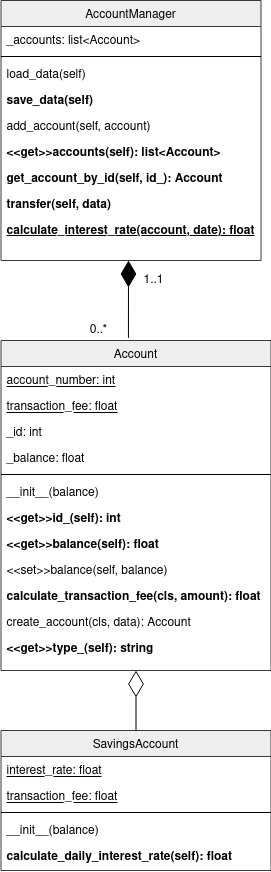
This is htdocs/img/oopython/kmom02/bank_uml_1.png from sonnerberg/website, a draw.io export, as it was before one commit. Source tidied: cells renumbered, new cells last; positions are measured from the earlier drawing's top-left corner, leaving out a move shared by most shapes. Its diagram source:
```xml
<mxGraphModel>
  <root>
    <mxCell id="0" />
    <mxCell id="1" parent="0" />
    <mxCell id="2" value="AccountManager" style="swimlane;fontStyle=0;align=center;verticalAlign=top;horizontal=1;startSize=26;rounded=0;shadow=0;strokeWidth=1;fillColor=#eeeeee;strokeColor=#36393d;" parent="1" vertex="1">
      <mxGeometry x="-0.5" width="260" height="260" as="geometry" />
    </mxCell>
    <mxCell id="3" value="_accounts: list&lt;Account&gt;" style="text;align=left;verticalAlign=top;spacingLeft=4;spacingRight=4;overflow=hidden;" parent="2" vertex="1">
      <mxGeometry y="26" width="260" height="26" as="geometry" />
    </mxCell>
    <mxCell id="4" style="line;html=1;strokeWidth=1;align=left;verticalAlign=middle;spacingTop=-1;spacingLeft=3;spacingRight=3;labelPosition=right;" parent="2" vertex="1">
      <mxGeometry y="52" width="260" height="8" as="geometry" />
    </mxCell>
    <mxCell id="5" value="load_data(self)" style="text;align=left;verticalAlign=top;spacingLeft=4;spacingRight=4;overflow=hidden;" parent="2" vertex="1">
      <mxGeometry y="60" width="260" height="26" as="geometry" />
    </mxCell>
    <mxCell id="6" value="save_data(self)" style="text;align=left;verticalAlign=top;spacingLeft=4;spacingRight=4;overflow=hidden;fontStyle=1;" parent="2" vertex="1">
      <mxGeometry y="86" width="260" height="26" as="geometry" />
    </mxCell>
    <mxCell id="7" value="add_account(self, account)" style="text;align=left;verticalAlign=top;spacingLeft=4;spacingRight=4;overflow=hidden;" parent="2" vertex="1">
      <mxGeometry y="112" width="260" height="26" as="geometry" />
    </mxCell>
    <mxCell id="8" value="&lt;&lt;get&gt;&gt;accounts(self): list&lt;Account&gt;" style="text;align=left;verticalAlign=top;spacingLeft=4;spacingRight=4;overflow=hidden;fontStyle=1;" parent="2" vertex="1">
      <mxGeometry y="138" width="260" height="26" as="geometry" />
    </mxCell>
    <mxCell id="9" value="get_account_by_id(self, id_): Account" style="text;align=left;verticalAlign=top;spacingLeft=4;spacingRight=4;overflow=hidden;fontStyle=1;" parent="2" vertex="1">
      <mxGeometry y="164" width="260" height="26" as="geometry" />
    </mxCell>
    <mxCell id="10" value="transfer(self, data)" style="text;align=left;verticalAlign=top;spacingLeft=4;spacingRight=4;overflow=hidden;fontStyle=1;" parent="2" vertex="1">
      <mxGeometry y="190" width="260" height="26" as="geometry" />
    </mxCell>
    <mxCell id="11" value="calculate_interest_rate(account, date): float" style="text;align=left;verticalAlign=top;spacingLeft=4;spacingRight=4;overflow=hidden;fontStyle=5;" parent="2" vertex="1">
      <mxGeometry y="216" width="260" height="26" as="geometry" />
    </mxCell>
    <mxCell id="12" value="Account" style="swimlane;fontStyle=0;align=center;verticalAlign=top;horizontal=1;startSize=26;rounded=0;shadow=0;strokeWidth=1;fillColor=#eeeeee;strokeColor=#36393d;" parent="1" vertex="1">
      <mxGeometry x="-0.5" y="340" width="270" height="330" as="geometry" />
    </mxCell>
    <mxCell id="13" value="account_number: int" style="text;align=left;verticalAlign=top;spacingLeft=4;spacingRight=4;overflow=hidden;fontStyle=4;" parent="12" vertex="1">
      <mxGeometry y="26" width="270" height="26" as="geometry" />
    </mxCell>
    <mxCell id="14" value="transaction_fee: float" style="text;align=left;verticalAlign=top;spacingLeft=4;spacingRight=4;overflow=hidden;rounded=0;shadow=0;html=0;fontStyle=4;" parent="12" vertex="1">
      <mxGeometry y="52" width="270" height="26" as="geometry" />
    </mxCell>
    <mxCell id="15" value="_id: int" style="text;align=left;verticalAlign=top;spacingLeft=4;spacingRight=4;overflow=hidden;rounded=0;shadow=0;html=0;fontStyle=0;" parent="12" vertex="1">
      <mxGeometry y="78" width="270" height="26" as="geometry" />
    </mxCell>
    <mxCell id="16" value="_balance: float" style="text;align=left;verticalAlign=top;spacingLeft=4;spacingRight=4;overflow=hidden;rounded=0;shadow=0;html=0;fontStyle=0;" parent="12" vertex="1">
      <mxGeometry y="104" width="270" height="26" as="geometry" />
    </mxCell>
    <mxCell id="17" style="line;html=1;strokeWidth=1;align=left;verticalAlign=middle;spacingTop=-1;spacingLeft=3;spacingRight=3;labelPosition=right;" parent="12" vertex="1">
      <mxGeometry y="130" width="270" height="8" as="geometry" />
    </mxCell>
    <mxCell id="18" value="__init__(balance)" style="text;align=left;verticalAlign=top;spacingLeft=4;spacingRight=4;overflow=hidden;fontStyle=0;" parent="12" vertex="1">
      <mxGeometry y="138" width="270" height="26" as="geometry" />
    </mxCell>
    <mxCell id="19" value="&lt;&lt;get&gt;&gt;id_(self): int" style="text;align=left;verticalAlign=top;spacingLeft=4;spacingRight=4;overflow=hidden;fontStyle=1;" parent="12" vertex="1">
      <mxGeometry y="164" width="270" height="26" as="geometry" />
    </mxCell>
    <mxCell id="20" value="&lt;&lt;get&gt;&gt;balance(self): float" style="text;align=left;verticalAlign=top;spacingLeft=4;spacingRight=4;overflow=hidden;fontStyle=1;" parent="12" vertex="1">
      <mxGeometry y="190" width="270" height="26" as="geometry" />
    </mxCell>
    <mxCell id="21" value="&lt;&lt;set&gt;&gt;balance(self, balance)" style="text;align=left;verticalAlign=top;spacingLeft=4;spacingRight=4;overflow=hidden;fontStyle=0;" parent="12" vertex="1">
      <mxGeometry y="216" width="270" height="26" as="geometry" />
    </mxCell>
    <mxCell id="22" value="calculate_transaction_fee(cls, amount): float" style="text;align=left;verticalAlign=top;spacingLeft=4;spacingRight=4;overflow=hidden;fontStyle=1;" parent="12" vertex="1">
      <mxGeometry y="242" width="270" height="26" as="geometry" />
    </mxCell>
    <mxCell id="23" value="create_account(cls, data): Account" style="text;align=left;verticalAlign=top;spacingLeft=4;spacingRight=4;overflow=hidden;fontStyle=0;" parent="12" vertex="1">
      <mxGeometry y="268" width="270" height="26" as="geometry" />
    </mxCell>
    <mxCell id="24" value="&lt;&lt;get&gt;&gt;type_(self): string" style="text;align=left;verticalAlign=top;spacingLeft=4;spacingRight=4;overflow=hidden;fontStyle=1;" parent="12" vertex="1">
      <mxGeometry y="294" width="270" height="26" as="geometry" />
    </mxCell>
    <mxCell id="25" style="endArrow=diamondThin;endFill=1;endSize=24;html=1;exitX=0.472;exitY=-0.008;exitDx=0;exitDy=0;exitPerimeter=0;" parent="1" edge="1" source="12">
      <mxGeometry relative="1" as="geometry">
        <mxPoint x="127" y="260" as="targetPoint" />
      </mxGeometry>
    </mxCell>
    <mxCell id="26" value="0..*" style="text;html=1;align=center;verticalAlign=middle;" parent="1" vertex="1">
      <mxGeometry x="82" y="320" width="30" height="20" as="geometry" />
    </mxCell>
    <mxCell id="27" value="1..1" style="text;html=1;align=center;verticalAlign=middle;" parent="1" vertex="1">
      <mxGeometry x="132" y="270" width="40" height="20" as="geometry" />
    </mxCell>
    <mxCell id="28" value="SavingsAccount" style="swimlane;fontStyle=0;align=center;verticalAlign=top;horizontal=1;startSize=26;rounded=0;shadow=0;strokeWidth=1;fillColor=#eeeeee;strokeColor=#36393d;" parent="1" vertex="1">
      <mxGeometry x="-0.5" y="730" width="270" height="140" as="geometry" />
    </mxCell>
    <mxCell id="29" value="interest_rate: float" style="text;align=left;verticalAlign=top;spacingLeft=4;spacingRight=4;overflow=hidden;rounded=0;shadow=0;html=0;fontStyle=4;" parent="28" vertex="1">
      <mxGeometry y="26" width="270" height="26" as="geometry" />
    </mxCell>
    <mxCell id="30" value="transaction_fee: float" style="text;align=left;verticalAlign=top;spacingLeft=4;spacingRight=4;overflow=hidden;rounded=0;shadow=0;html=0;fontStyle=4;" parent="28" vertex="1">
      <mxGeometry y="52" width="270" height="26" as="geometry" />
    </mxCell>
    <mxCell id="31" style="line;html=1;strokeWidth=1;align=left;verticalAlign=middle;spacingTop=-1;spacingLeft=3;spacingRight=3;labelPosition=right;" parent="28" vertex="1">
      <mxGeometry y="78" width="270" height="8" as="geometry" />
    </mxCell>
    <mxCell id="32" value="__init__(balance)" style="text;align=left;verticalAlign=top;spacingLeft=4;spacingRight=4;overflow=hidden;fontStyle=0;" parent="28" vertex="1">
      <mxGeometry y="86" width="270" height="26" as="geometry" />
    </mxCell>
    <mxCell id="33" value="calculate_daily_interest_rate(self): float" style="text;align=left;verticalAlign=top;spacingLeft=4;spacingRight=4;overflow=hidden;fontStyle=1;" parent="28" vertex="1">
      <mxGeometry y="112" width="270" height="26" as="geometry" />
    </mxCell>
    <mxCell id="34" style="endArrow=diamondThin;endFill=0;endSize=24;html=1;exitX=0.5;exitY=0;exitDx=0;exitDy=0;entryX=0.5;entryY=1;entryDx=0;entryDy=0;" parent="1" edge="1" source="28" target="12">
      <mxGeometry relative="1" as="geometry" />
    </mxCell>
  </root>
</mxGraphModel>
```
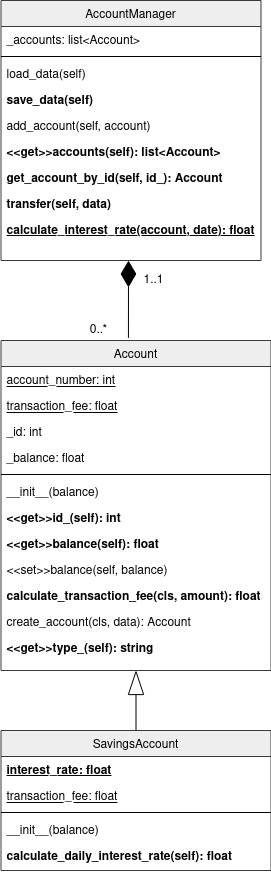
The same file after the commit.

Commit message:
made one static attribute bold

The edit, as a diff of the source:
```diff
@@ -85,7 +85,7 @@
     <mxCell id="28" value="SavingsAccount" style="swimlane;fontStyle=0;align=center;verticalAlign=top;horizontal=1;startSize=26;rounded=0;shadow=0;strokeWidth=1;fillColor=#eeeeee;strokeColor=#36393d;" parent="1" vertex="1">
       <mxGeometry x="-0.5" y="730" width="270" height="140" as="geometry" />
     </mxCell>
-    <mxCell id="29" value="interest_rate: float" style="text;align=left;verticalAlign=top;spacingLeft=4;spacingRight=4;overflow=hidden;rounded=0;shadow=0;html=0;fontStyle=4;" parent="28" vertex="1">
+    <mxCell id="29" value="interest_rate: float" style="text;align=left;verticalAlign=top;spacingLeft=4;spacingRight=4;overflow=hidden;rounded=0;shadow=0;html=0;fontStyle=5;" parent="28" vertex="1">
       <mxGeometry y="26" width="270" height="26" as="geometry" />
     </mxCell>
     <mxCell id="30" value="transaction_fee: float" style="text;align=left;verticalAlign=top;spacingLeft=4;spacingRight=4;overflow=hidden;rounded=0;shadow=0;html=0;fontStyle=4;" parent="28" vertex="1">
@@ -100,7 +100,7 @@
     <mxCell id="33" value="calculate_daily_interest_rate(self): float" style="text;align=left;verticalAlign=top;spacingLeft=4;spacingRight=4;overflow=hidden;fontStyle=1;" parent="28" vertex="1">
       <mxGeometry y="112" width="270" height="26" as="geometry" />
     </mxCell>
-    <mxCell id="34" style="endArrow=diamondThin;endFill=0;endSize=24;html=1;exitX=0.5;exitY=0;exitDx=0;exitDy=0;entryX=0.5;entryY=1;entryDx=0;entryDy=0;" parent="1" edge="1" source="28" target="12">
+    <mxCell id="34" style="endArrow=blockThin;endFill=0;endSize=22;html=1;exitX=0.5;exitY=0;exitDx=0;exitDy=0;entryX=0.5;entryY=1;entryDx=0;entryDy=0;jumpSize=6;fontSize=11;" parent="1" edge="1" source="28" target="12">
       <mxGeometry relative="1" as="geometry" />
     </mxCell>
   </root>
```
